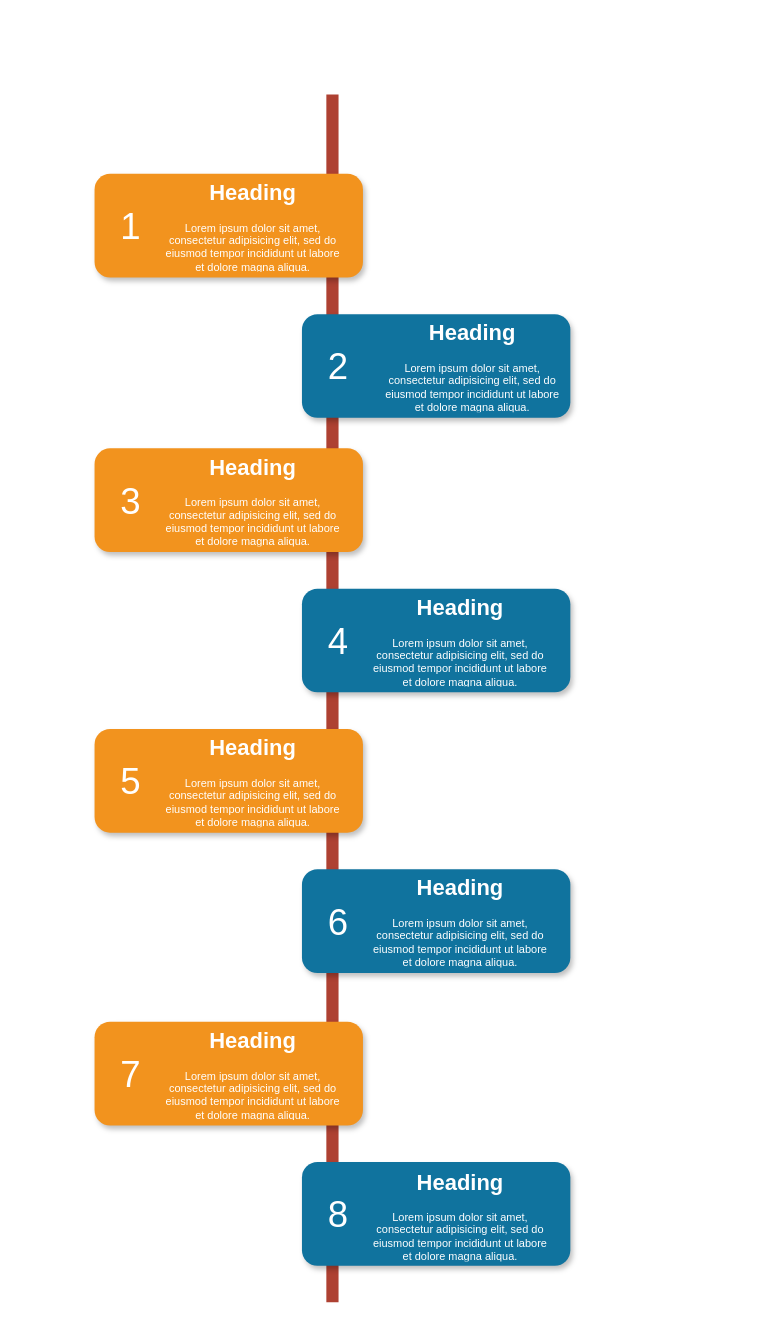
The draw.io diagram img/未命名绘图.drawio in ibaiyang1991/ibaiyang1991.github.io, before the edit. Source tidied: cells renumbered, new cells numbered last; positions are measured from the earlier drawing's top-left corner, leaving out a move shared by most shapes. Both pictures are drawn from the tidied source at 122%, with x=0, y=0 at pixel (94, 94).
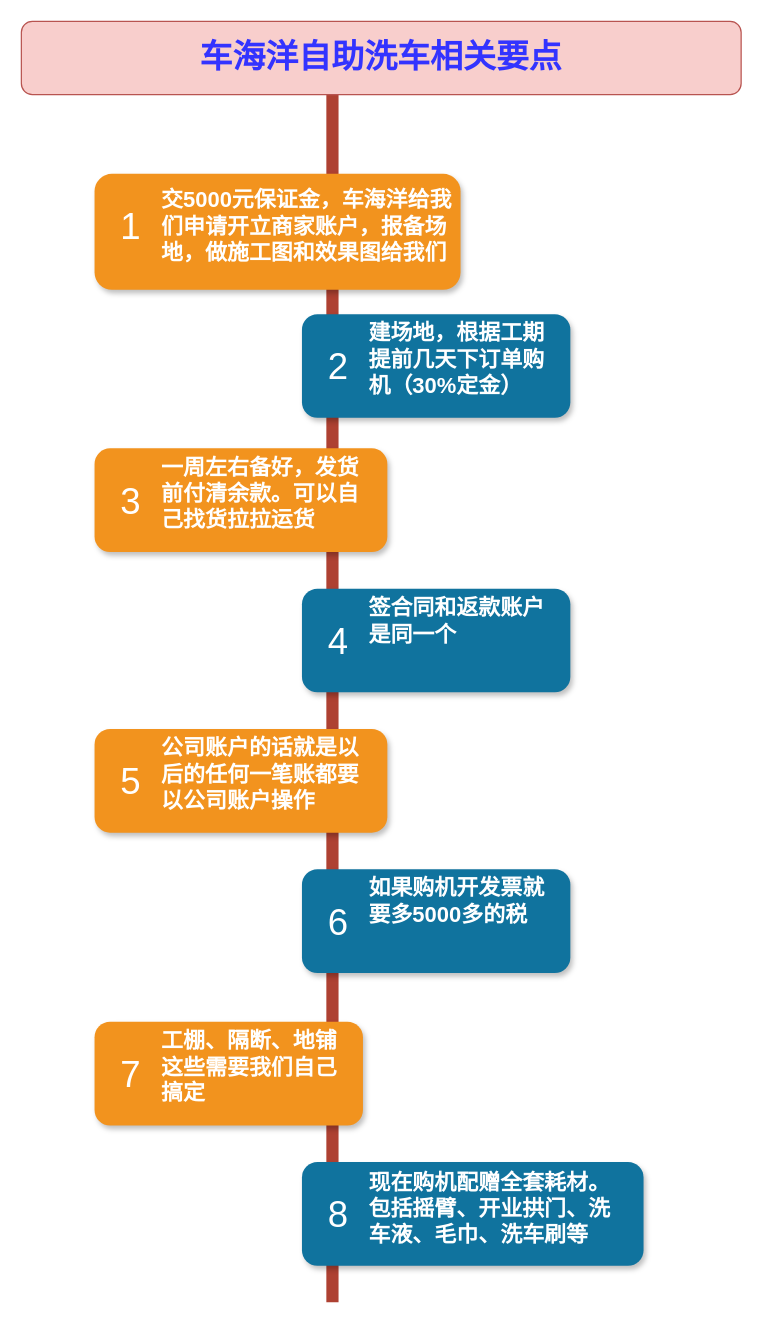
The same diagram, later.

Commit message:
车海洋自助洗车相关要点.drawio

Change to the diagram source:
```diff
@@
     <mxCell id="3" style="rounded=1;whiteSpace=wrap;html=1;strokeColor=none;strokeWidth=1;fillColor=#F2931E;fontSize=13;fontColor=#FFFFFF;align=center;gradientColor=none;gradientDirection=east;verticalAlign=top;shadow=1;" parent="1" vertex="1">
-      <mxGeometry y="65" width="220" height="85" as="geometry" />
+      <mxGeometry y="65" width="300" height="95" as="geometry" />
     </mxCell>
@@
     <mxCell id="7" style="rounded=1;whiteSpace=wrap;html=1;strokeColor=none;strokeWidth=1;fillColor=#F2931E;fontSize=13;fontColor=#FFFFFF;align=center;gradientColor=none;gradientDirection=east;verticalAlign=top;shadow=1;" parent="1" vertex="1">
-      <mxGeometry y="290" width="220" height="85" as="geometry" />
+      <mxGeometry y="290" width="240" height="85" as="geometry" />
     </mxCell>
@@
     <mxCell id="11" style="rounded=1;whiteSpace=wrap;html=1;strokeColor=none;strokeWidth=1;fillColor=#F2931E;fontSize=13;fontColor=#FFFFFF;align=center;gradientColor=none;gradientDirection=east;verticalAlign=top;shadow=1;" parent="1" vertex="1">
-      <mxGeometry y="520" width="220" height="85" as="geometry" />
+      <mxGeometry y="520" width="240" height="85" as="geometry" />
     </mxCell>
@@
     <mxCell id="17" style="rounded=1;whiteSpace=wrap;html=1;strokeColor=none;strokeWidth=1;fillColor=#10739E;fontSize=13;fontColor=#FFFFFF;align=center;gradientColor=none;gradientDirection=east;verticalAlign=top;shadow=1;" parent="1" vertex="1">
-      <mxGeometry x="170" y="875" width="220" height="85" as="geometry" />
+      <mxGeometry x="170" y="875" width="280" height="85" as="geometry" />
     </mxCell>
@@
-    <mxCell id="19" value="&lt;h1&gt;Heading&lt;/h1&gt;&lt;p&gt;Lorem ipsum dolor sit amet, consectetur adipisicing elit, sed do eiusmod tempor incididunt ut labore et dolore magna aliqua.&lt;/p&gt;" style="text;html=1;spacing=5;spacingTop=-20;whiteSpace=wrap;overflow=hidden;strokeColor=none;strokeWidth=4;fillColor=none;gradientColor=#007FFF;fontSize=9;fontColor=#FFFFFF;align=center;" parent="1" vertex="1">
-      <mxGeometry x="50" y="69" width="160" height="77" as="geometry" />
+    <mxCell id="19" value="&lt;h1&gt;交5000元保证金，车海洋给我们申请开立商家账户，报备场地，做施工图和效果图给我们&lt;/h1&gt;" style="text;html=1;spacing=5;spacingTop=-20;whiteSpace=wrap;overflow=hidden;strokeColor=none;strokeWidth=4;fillColor=none;gradientColor=#007FFF;fontSize=9;fontColor=#FFFFFF;align=left;" parent="1" vertex="1">
+      <mxGeometry x="50" y="74.5" width="260" height="76" as="geometry" />
     </mxCell>
-    <mxCell id="20" value="&lt;h1&gt;Heading&lt;/h1&gt;&lt;p&gt;Lorem ipsum dolor sit amet, consectetur adipisicing elit, sed do eiusmod tempor incididunt ut labore et dolore magna aliqua.&lt;/p&gt;" style="text;html=1;spacing=5;spacingTop=-20;whiteSpace=wrap;overflow=hidden;strokeColor=none;strokeWidth=4;fillColor=none;gradientColor=#007FFF;fontSize=9;fontColor=#FFFFFF;align=center;" parent="1" vertex="1">
-      <mxGeometry x="230" y="184" width="160" height="77" as="geometry" />
+    <mxCell id="20" value="&lt;h1&gt;建场地，根据工期提前几天下订单购机（30%定金）&lt;/h1&gt;" style="text;html=1;spacing=5;spacingTop=-20;whiteSpace=wrap;overflow=hidden;strokeColor=none;strokeWidth=4;fillColor=none;gradientColor=#007FFF;fontSize=9;fontColor=#FFFFFF;align=left;" parent="1" vertex="1">
+      <mxGeometry x="220" y="184" width="160" height="77" as="geometry" />
     </mxCell>
-    <mxCell id="21" value="&lt;h1&gt;Heading&lt;/h1&gt;&lt;p&gt;Lorem ipsum dolor sit amet, consectetur adipisicing elit, sed do eiusmod tempor incididunt ut labore et dolore magna aliqua.&lt;/p&gt;" style="text;html=1;spacing=5;spacingTop=-20;whiteSpace=wrap;overflow=hidden;strokeColor=none;strokeWidth=4;fillColor=none;gradientColor=#007FFF;fontSize=9;fontColor=#FFFFFF;align=center;" parent="1" vertex="1">
-      <mxGeometry x="50" y="294" width="160" height="77" as="geometry" />
+    <mxCell id="21" value="&lt;h1&gt;一周左右备好，发货前付清余款。可以自己找货拉拉运货&lt;/h1&gt;" style="text;html=1;spacing=5;spacingTop=-20;whiteSpace=wrap;overflow=hidden;strokeColor=none;strokeWidth=4;fillColor=none;gradientColor=#007FFF;fontSize=9;fontColor=#FFFFFF;align=left;" parent="1" vertex="1">
+      <mxGeometry x="50" y="294" width="180" height="77" as="geometry" />
     </mxCell>
-    <mxCell id="22" value="&lt;h1&gt;Heading&lt;/h1&gt;&lt;p&gt;Lorem ipsum dolor sit amet, consectetur adipisicing elit, sed do eiusmod tempor incididunt ut labore et dolore magna aliqua.&lt;/p&gt;" style="text;html=1;spacing=5;spacingTop=-20;whiteSpace=wrap;overflow=hidden;strokeColor=none;strokeWidth=4;fillColor=none;gradientColor=#007FFF;fontSize=9;fontColor=#FFFFFF;align=center;" parent="1" vertex="1">
+    <mxCell id="22" value="&lt;h1&gt;签合同和返款账户是同一个&lt;/h1&gt;" style="text;html=1;spacing=5;spacingTop=-20;whiteSpace=wrap;overflow=hidden;strokeColor=none;strokeWidth=4;fillColor=none;gradientColor=#007FFF;fontSize=9;fontColor=#FFFFFF;align=left;" parent="1" vertex="1">
       <mxGeometry x="220" y="409" width="160" height="77" as="geometry" />
     </mxCell>
-    <mxCell id="23" value="&lt;h1&gt;Heading&lt;/h1&gt;&lt;p&gt;Lorem ipsum dolor sit amet, consectetur adipisicing elit, sed do eiusmod tempor incididunt ut labore et dolore magna aliqua.&lt;/p&gt;" style="text;html=1;spacing=5;spacingTop=-20;whiteSpace=wrap;overflow=hidden;strokeColor=none;strokeWidth=4;fillColor=none;gradientColor=#007FFF;fontSize=9;fontColor=#FFFFFF;align=center;" parent="1" vertex="1">
-      <mxGeometry x="50" y="524" width="160" height="77" as="geometry" />
+    <mxCell id="23" value="&lt;h1&gt;公司账户的话就是以后的任何一笔账都要以公司账户操作&lt;/h1&gt;" style="text;html=1;spacing=5;spacingTop=-20;whiteSpace=wrap;overflow=hidden;strokeColor=none;strokeWidth=4;fillColor=none;gradientColor=#007FFF;fontSize=9;fontColor=#FFFFFF;align=left;" parent="1" vertex="1">
+      <mxGeometry x="50" y="524" width="180" height="77" as="geometry" />
     </mxCell>
-    <mxCell id="24" value="&lt;h1&gt;Heading&lt;/h1&gt;&lt;p&gt;Lorem ipsum dolor sit amet, consectetur adipisicing elit, sed do eiusmod tempor incididunt ut labore et dolore magna aliqua.&lt;/p&gt;" style="text;html=1;spacing=5;spacingTop=-20;whiteSpace=wrap;overflow=hidden;strokeColor=none;strokeWidth=4;fillColor=none;gradientColor=#007FFF;fontSize=9;fontColor=#FFFFFF;align=center;" parent="1" vertex="1">
+    <mxCell id="24" value="&lt;h1&gt;如果购机开发票就要多5000多的税&lt;/h1&gt;" style="text;html=1;spacing=5;spacingTop=-20;whiteSpace=wrap;overflow=hidden;strokeColor=none;strokeWidth=4;fillColor=none;gradientColor=#007FFF;fontSize=9;fontColor=#FFFFFF;align=left;" parent="1" vertex="1">
       <mxGeometry x="220" y="639" width="160" height="77" as="geometry" />
     </mxCell>
-    <mxCell id="25" value="&lt;h1&gt;Heading&lt;/h1&gt;&lt;p&gt;Lorem ipsum dolor sit amet, consectetur adipisicing elit, sed do eiusmod tempor incididunt ut labore et dolore magna aliqua.&lt;/p&gt;" style="text;html=1;spacing=5;spacingTop=-20;whiteSpace=wrap;overflow=hidden;strokeColor=none;strokeWidth=4;fillColor=none;gradientColor=#007FFF;fontSize=9;fontColor=#FFFFFF;align=center;" parent="1" vertex="1">
+    <mxCell id="25" value="&lt;h1&gt;工棚、隔断、地铺这些需要我们自己搞定&lt;/h1&gt;" style="text;html=1;spacing=5;spacingTop=-20;whiteSpace=wrap;overflow=hidden;strokeColor=none;strokeWidth=4;fillColor=none;gradientColor=#007FFF;fontSize=9;fontColor=#FFFFFF;align=left;" parent="1" vertex="1">
       <mxGeometry x="50" y="764" width="160" height="77" as="geometry" />
     </mxCell>
-    <mxCell id="26" value="&lt;h1&gt;Heading&lt;/h1&gt;&lt;p&gt;Lorem ipsum dolor sit amet, consectetur adipisicing elit, sed do eiusmod tempor incididunt ut labore et dolore magna aliqua.&lt;/p&gt;" style="text;html=1;spacing=5;spacingTop=-20;whiteSpace=wrap;overflow=hidden;strokeColor=none;strokeWidth=4;fillColor=none;gradientColor=#007FFF;fontSize=9;fontColor=#FFFFFF;align=center;" parent="1" vertex="1">
-      <mxGeometry x="220" y="880" width="160" height="77" as="geometry" />
+    <mxCell id="26" value="&lt;h1&gt;现在购机配赠全套耗材。包括摇臂、开业拱门、洗车液、毛巾、洗车刷等&lt;/h1&gt;" style="text;html=1;spacing=5;spacingTop=-20;whiteSpace=wrap;overflow=hidden;strokeColor=none;strokeWidth=4;fillColor=none;gradientColor=#007FFF;fontSize=9;fontColor=#FFFFFF;align=left;" parent="1" vertex="1">
+      <mxGeometry x="220" y="880" width="210" height="77" as="geometry" />
     </mxCell>
+    <mxCell id="27" value="车海洋自助洗车相关要点" style="rounded=1;whiteSpace=wrap;html=1;fillColor=#f8cecc;strokeColor=#b85450;fontStyle=1;fontSize=27;fontColor=#3333FF;" parent="1" vertex="1">
+      <mxGeometry x="-60" y="-60" width="590" height="60" as="geometry" />
+    </mxCell>
```
